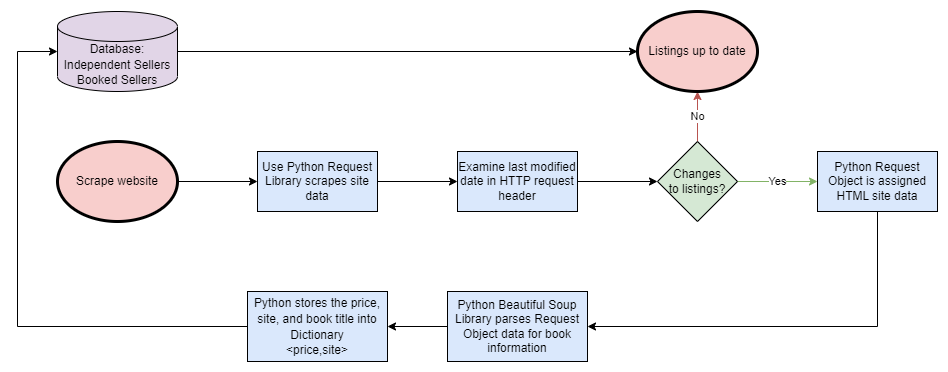
Earlier version of the draw.io export AlgScraper.png (vdulc001/2022-Fall-CS410-GOLD). Source tidied: cells renumbered, new cells last; positions are measured from the earlier drawing's top-left corner, leaving out a move shared by most shapes.
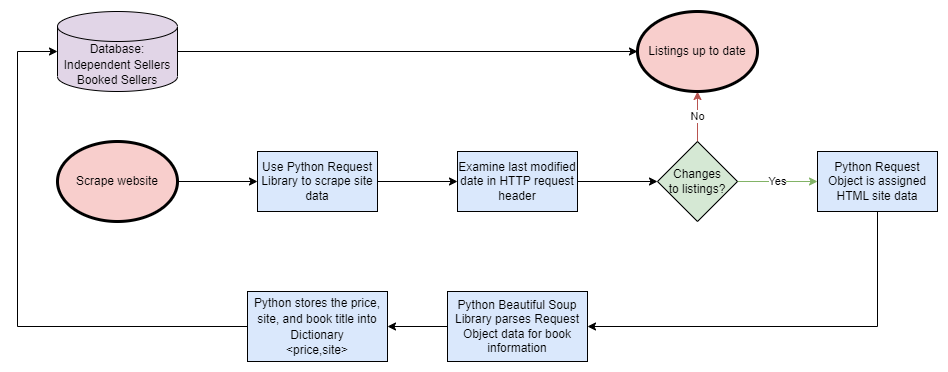
After the commit.

The edit, as a diff of the source:
```diff
@@ -28,7 +28,7 @@
     <mxCell id="9" style="edgeStyle=orthogonalEdgeStyle;rounded=0;jettySize=auto;html=1;exitX=1;exitY=0.5;exitDx=0;exitDy=0;entryX=0;entryY=0.5;entryDx=0;entryDy=0;" parent="1" edge="1" source="10" target="19">
       <mxGeometry relative="1" as="geometry" />
     </mxCell>
-    <mxCell id="10" value="Use Python Request Library scrapes site data" style="rounded=0;whiteSpace=wrap;html=1;strokeColor=#000000;strokeWidth=1;fontSize=12;fillColor=#dae8fc;" parent="1" vertex="1">
+    <mxCell id="10" value="Use Python Request Library to scrape site data" style="rounded=0;whiteSpace=wrap;html=1;strokeColor=#000000;strokeWidth=1;fontSize=12;fillColor=#dae8fc;" parent="1" vertex="1">
       <mxGeometry x="240" y="140" width="120" height="60" as="geometry" />
     </mxCell>
     <mxCell id="11" style="edgeStyle=orthogonalEdgeStyle;rounded=0;jettySize=auto;html=1;exitX=0.5;exitY=1;exitDx=0;exitDy=0;entryX=1;entryY=0.5;entryDx=0;entryDy=0;" parent="1" edge="1" source="12" target="14">
```
